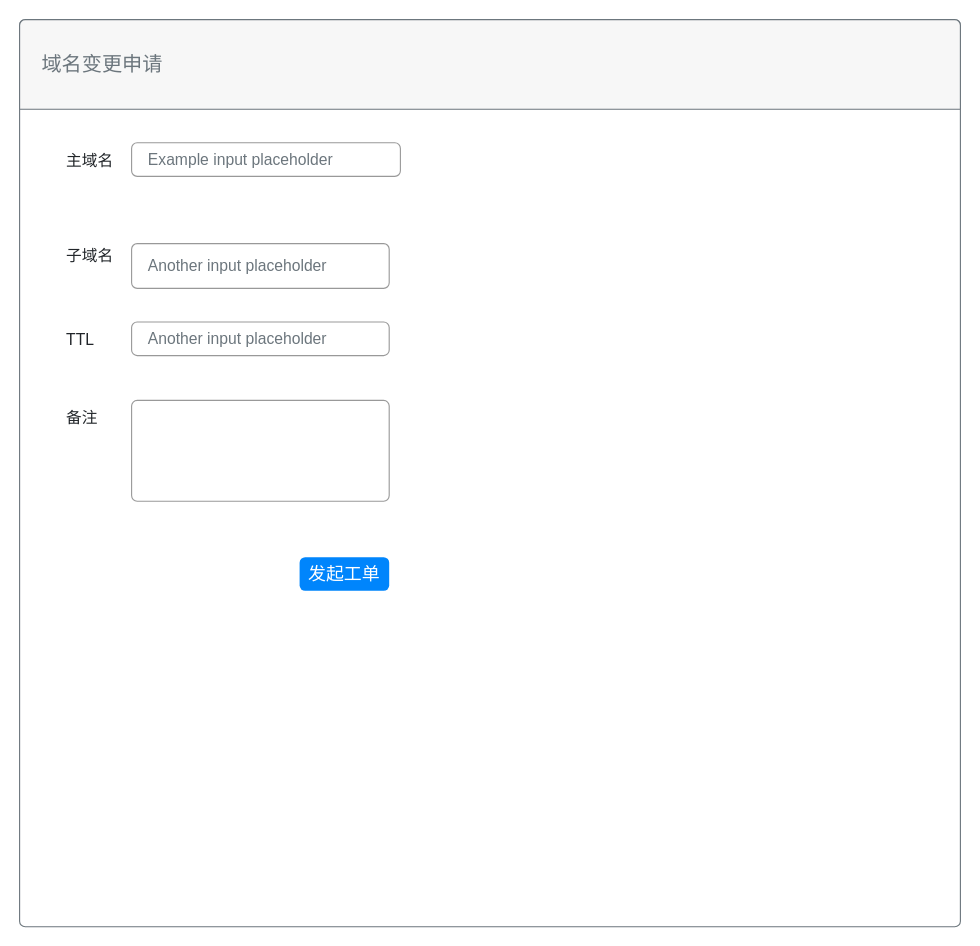
Makecodeeasy/diagrams keeps this draw.io diagram as goodme/变更工单申请.drawio. Above is the earlier version. Source tidied: cells renumbered, new cells numbered last; positions are measured from the earlier drawing's top-left corner, leaving out a move shared by most shapes. Both pictures are drawn from the tidied source at 112%, with x=0, y=0 at pixel (19, 19).
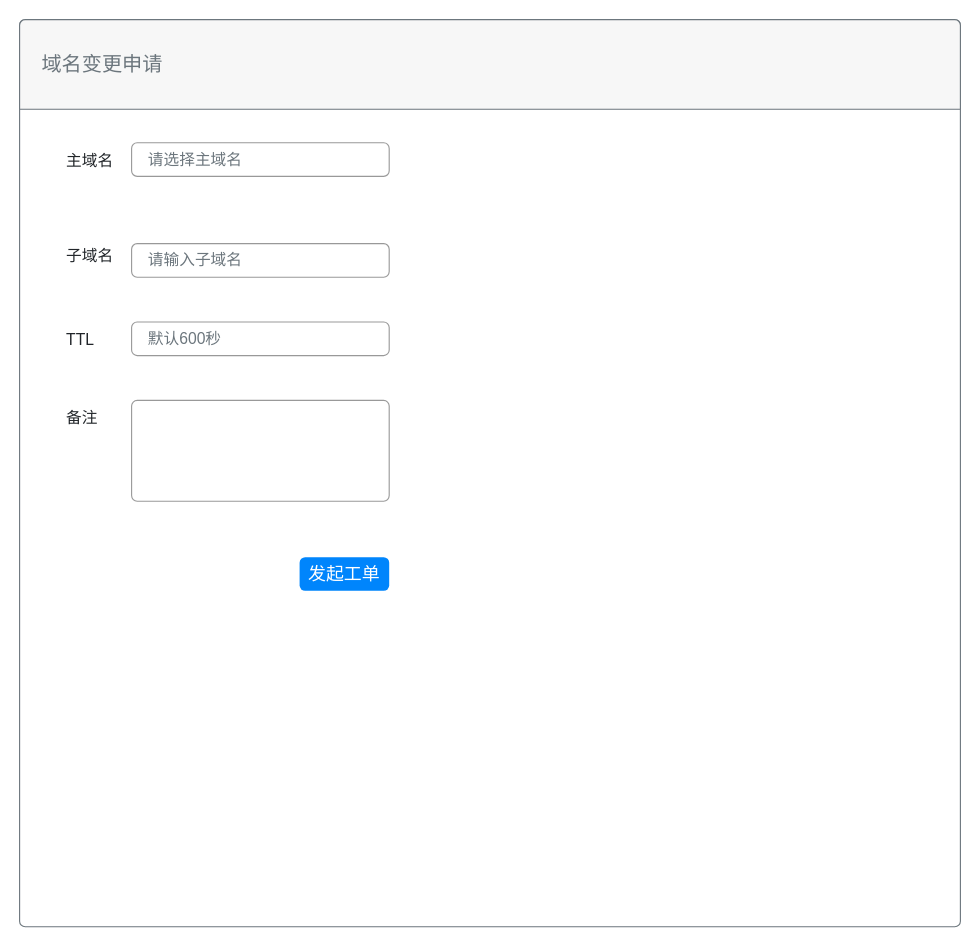
The same page after the edit.

Commit message (it also covers changes not shown here):
更新变更工单申请.drawio

Diff of the diagram source:
```diff
@@
 <mxGraphModel>
   <root>
     <mxCell id="0" />
     <mxCell id="1" parent="0" />
     <mxCell id="2" style="html=1;shadow=0;dashed=0;shape=mxgraph.bootstrap.rrect;rSize=5;strokeColor=#6C767D;html=1;whiteSpace=wrap;fillColor=#ffffff;fontColor=#212529;verticalAlign=bottom;align=left;spacing=20;spacingBottom=0;fontSize=14;" parent="1" vertex="1">
       <mxGeometry width="840" height="810" as="geometry" />
     </mxCell>
     <mxCell id="3" value="域名变更申请" style="html=1;shadow=0;dashed=0;shape=mxgraph.bootstrap.topButton;rSize=5;perimeter=none;whiteSpace=wrap;fillColor=#F7F7F7;strokeColor=#6C767D;fontColor=#6C767D;fontSize=18;align=left;spacing=20;" parent="2" vertex="1">
       <mxGeometry width="840" height="80" relative="1" as="geometry" />
     </mxCell>
     <mxCell id="4" value="主域名" style="fillColor=none;strokeColor=none;align=left;fontSize=14;fontColor=#212529;" parent="2" vertex="1">
       <mxGeometry x="40" y="110" width="60" height="30" as="geometry" />
     </mxCell>
-    <mxCell id="5" value="Example input placeholder" style="html=1;shadow=0;dashed=0;shape=mxgraph.bootstrap.rrect;rSize=5;fillColor=none;strokeColor=#999999;align=left;spacing=15;fontSize=14;fontColor=#6C767D;" parent="2" vertex="1">
-      <mxGeometry width="240" height="30" relative="1" as="geometry">
+    <mxCell id="5" value="请选择主域名" style="html=1;shadow=0;dashed=0;shape=mxgraph.bootstrap.rrect;rSize=5;fillColor=none;strokeColor=#999999;align=left;spacing=15;fontSize=14;fontColor=#6C767D;" parent="2" vertex="1">
+      <mxGeometry width="230" height="30" relative="1" as="geometry">
         <mxPoint x="100" y="110" as="offset" />
       </mxGeometry>
     </mxCell>
     <mxCell id="6" value="子域名" style="fillColor=none;strokeColor=none;align=left;fontSize=14;fontColor=#212529;" parent="2" vertex="1">
       <mxGeometry width="50" height="40" relative="1" as="geometry">
         <mxPoint x="40" y="190" as="offset" />
       </mxGeometry>
     </mxCell>
-    <mxCell id="7" value="Another input placeholder" style="html=1;shadow=0;dashed=0;shape=mxgraph.bootstrap.rrect;rSize=5;fillColor=none;strokeColor=#999999;align=left;spacing=15;fontSize=14;fontColor=#6C767D;" parent="2" vertex="1">
-      <mxGeometry width="230" height="40" relative="1" as="geometry">
+    <mxCell id="7" value="请输入子域名" style="html=1;shadow=0;dashed=0;shape=mxgraph.bootstrap.rrect;rSize=5;fillColor=none;strokeColor=#999999;align=left;spacing=15;fontSize=14;fontColor=#6C767D;" parent="2" vertex="1">
+      <mxGeometry width="230" height="30" relative="1" as="geometry">
         <mxPoint x="100" y="200" as="offset" />
       </mxGeometry>
     </mxCell>
-    <mxCell id="8" value="Another input placeholder" style="html=1;shadow=0;dashed=0;shape=mxgraph.bootstrap.rrect;rSize=5;fillColor=none;strokeColor=#999999;align=left;spacing=15;fontSize=14;fontColor=#6C767D;" parent="2" vertex="1">
+    <mxCell id="8" value="默认600秒" style="html=1;shadow=0;dashed=0;shape=mxgraph.bootstrap.rrect;rSize=5;fillColor=none;strokeColor=#999999;align=left;spacing=15;fontSize=14;fontColor=#6C767D;" parent="2" vertex="1">
       <mxGeometry x="100" y="270" width="230" height="30" as="geometry" />
     </mxCell>
     <mxCell id="9" value="TTL" style="fillColor=none;strokeColor=none;align=left;fontSize=14;fontColor=#212529;" parent="2" vertex="1">
       <mxGeometry x="40" y="265" width="50" height="40" as="geometry" />
     </mxCell>
     <mxCell id="10" style="html=1;shadow=0;dashed=0;shape=mxgraph.bootstrap.rrect;rSize=5;fillColor=none;strokeColor=#999999;align=left;spacing=15;fontSize=14;fontColor=#6C767D;" parent="2" vertex="1">
       <mxGeometry x="100" y="340" width="230" height="90" as="geometry" />
     </mxCell>
     <mxCell id="11" value="备注" style="fillColor=none;strokeColor=none;align=left;fontSize=14;fontColor=#212529;" parent="2" vertex="1">
       <mxGeometry x="40" y="335" width="50" height="40" as="geometry" />
     </mxCell>
     <mxCell id="12" value="发起工单" style="html=1;shadow=0;dashed=0;shape=mxgraph.bootstrap.rrect;rSize=5;strokeColor=none;strokeWidth=1;fillColor=#0085FC;fontColor=#FFFFFF;whiteSpace=wrap;align=center;verticalAlign=middle;spacingLeft=0;fontStyle=0;fontSize=16;spacing=5;" parent="2" vertex="1">
       <mxGeometry x="250" y="480" width="80" height="30" as="geometry" />
     </mxCell>
   </root>
 </mxGraphModel>
```
